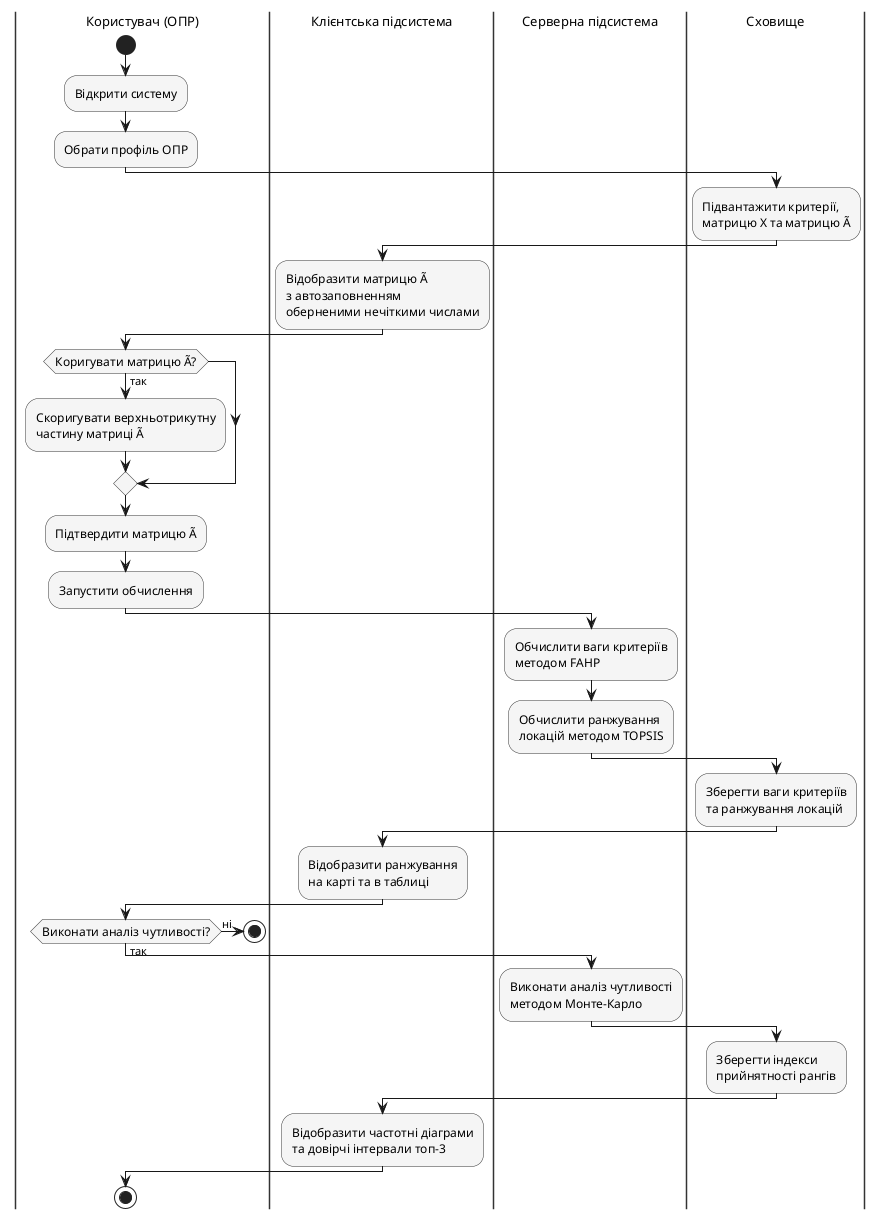
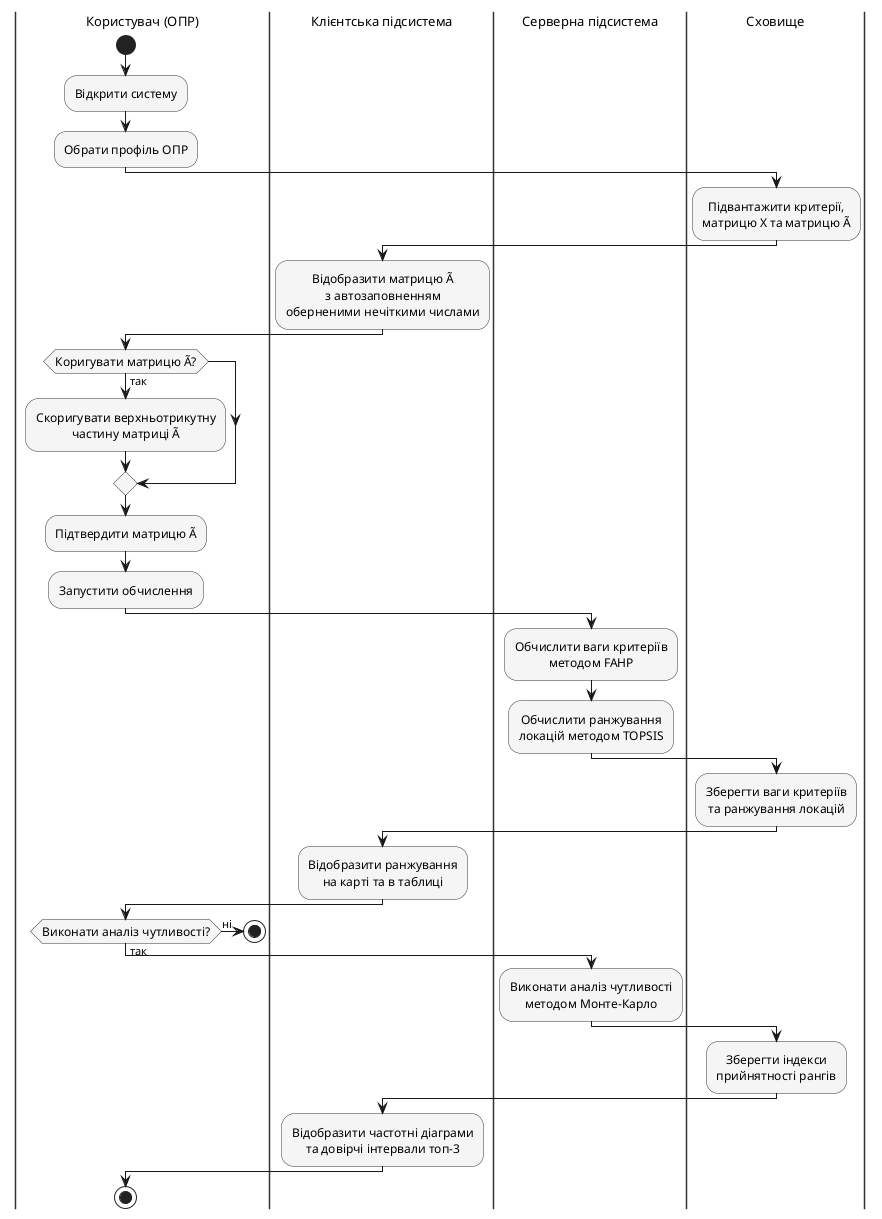
@startuml
' Рис. 2.10. Діаграма діяльності загального алгоритму функціонування системи
skinparam shadowing false
skinparam defaultFontName "Times New Roman"
skinparam defaultFontSize 12
skinparam pageMargin 3
skinparam ArrowThickness 1
skinparam ArrowFontSize 11
skinparam ActivityDiamondFontSize 12
+ skinparam defaultTextAlignment center
skinparam activity {
    BackgroundColor #f5f5f5
    BorderColor #333333
    FontSize 12
}
skinparam swimlane {
    BackgroundColor #fafafa
    BorderColor #333333
    FontSize 12
    TitleFontSize 13
}

' порядок доріжок фіксується першою згадкою
|Користувач (ОПР)|
|Клієнтська підсистема|
|Серверна підсистема|
|Сховище|

|Користувач (ОПР)|
start
:Відкрити систему;
:Обрати профіль ОПР;

|Сховище|
:Підвантажити критерії,\nматрицю X та матрицю Ã;

|Клієнтська підсистема|
:Відобразити матрицю Ã\nз автозаповненням\nоберненими нечіткими числами;

|Користувач (ОПР)|
if (Коригувати матрицю Ã?) then (так)
  :Скоригувати верхньотрикутну\nчастину матриці Ã;
endif
:Підтвердити матрицю Ã;
:Запустити обчислення;

|Серверна підсистема|
:Обчислити ваги критеріїв\nметодом FAHP;
:Обчислити ранжування\nлокацій методом TOPSIS;

|Сховище|
:Зберегти ваги критеріїв\nта ранжування локацій;

|Клієнтська підсистема|
:Відобразити ранжування\nна карті та в таблиці;

|Користувач (ОПР)|
if (Виконати аналіз чутливості?) then (ні)
  stop
else (так)
  |Серверна підсистема|
  :Виконати аналіз чутливості\nметодом Монте-Карло;
  |Сховище|
  :Зберегти індекси\nприйнятності рангів;
  |Клієнтська підсистема|
  :Відобразити частотні діаграми\nта довірчі інтервали топ-3;
endif

|Користувач (ОПР)|
stop

@enduml
